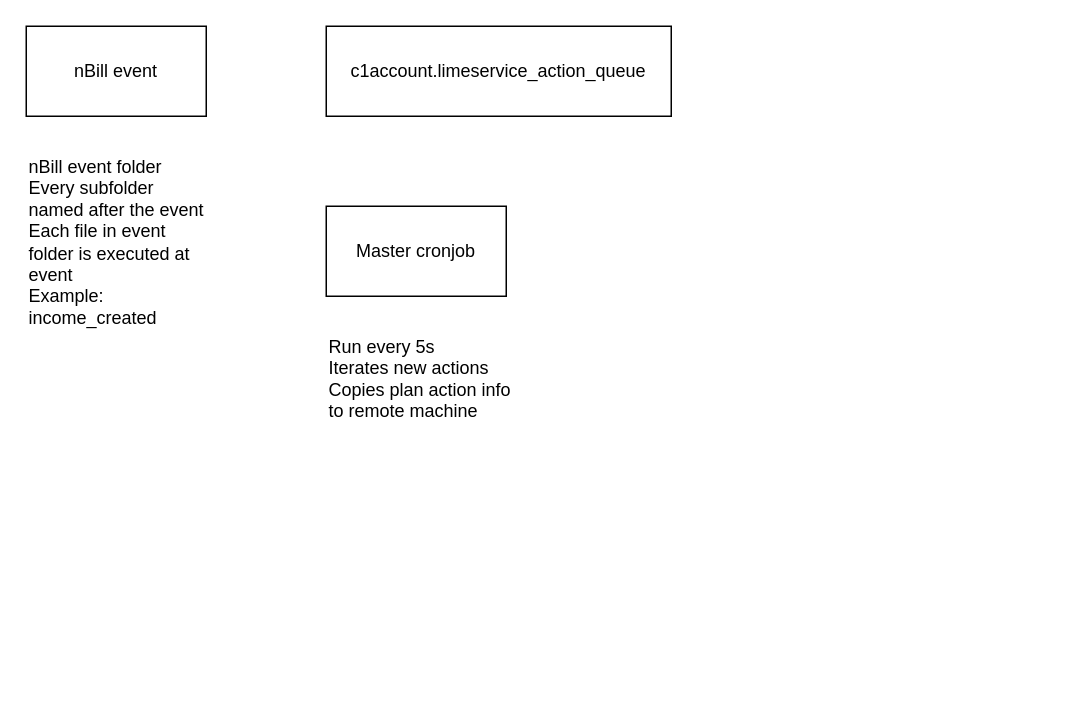
This is Untitled Diagram.drawio from olleharstedt/diagrams.net, a draw.io file, before an edit. Source tidied: cells renumbered, new cells numbered last; positions are measured from the earlier drawing's top-left corner, leaving out a move shared by most shapes. Both pictures are drawn from the tidied source at 150%, with x=0, y=0 at pixel (26, 26).
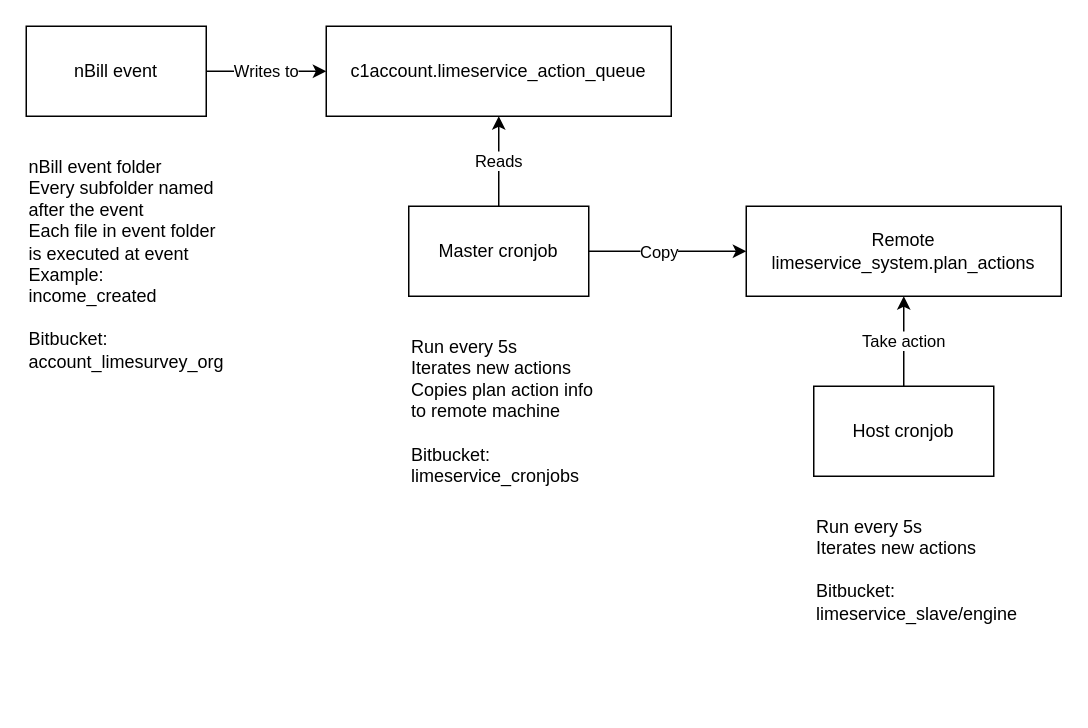
The same diagram, later.

What changed in the source:
```diff
@@
 <mxGraphModel>
   <root>
     <mxCell id="0" />
     <mxCell id="1" parent="0" />
+    <mxCell id="7" value="Writes to" style="edgeStyle=orthogonalEdgeStyle;rounded=0;jettySize=auto;html=1;" parent="1" edge="1" source="2" target="3">
+      <mxGeometry relative="1" as="geometry" />
+    </mxCell>
     <mxCell id="2" value="nBill event" style="rounded=0;whiteSpace=wrap;html=1;" parent="1" vertex="1">
       <mxGeometry width="120" height="60" as="geometry" />
     </mxCell>
     <mxCell id="3" value="c1account.limeservice_action_queue" style="rounded=0;whiteSpace=wrap;html=1;" parent="1" vertex="1">
       <mxGeometry x="200" width="230" height="60" as="geometry" />
     </mxCell>
-    <mxCell id="4" value="&lt;div&gt;nBill event folder&lt;/div&gt;&lt;div&gt;Every subfolder named after the event&lt;/div&gt;&lt;div&gt;Each file in event folder is executed at event&lt;/div&gt;&lt;div&gt;Example: income_created&lt;br&gt;&lt;/div&gt;" style="text;html=1;strokeColor=none;fillColor=none;align=left;verticalAlign=top;whiteSpace=wrap;rounded=0;" parent="1" vertex="1">
+    <mxCell id="4" value="&lt;div&gt;nBill event folder&lt;/div&gt;&lt;div&gt;Every subfolder named after the event&lt;/div&gt;&lt;div&gt;Each file in event folder is executed at event&lt;/div&gt;&lt;div&gt;Example: income_created&lt;br&gt;&lt;br&gt;Bitbucket: account_limesurvey_org&lt;br&gt;&lt;/div&gt;" style="text;html=1;strokeColor=none;fillColor=none;align=left;verticalAlign=top;whiteSpace=wrap;rounded=0;" parent="1" vertex="1">
       <mxGeometry y="80" width="120" height="100" as="geometry" />
     </mxCell>
+    <mxCell id="8" style="edgeStyle=orthogonalEdgeStyle;rounded=0;jettySize=auto;html=1;entryX=0;entryY=0.5;entryDx=0;entryDy=0;" parent="1" edge="1" source="5" target="11">
+      <mxGeometry relative="1" as="geometry" />
+    </mxCell>
+    <mxCell id="9" value="Copy" style="edgeLabel;html=1;align=center;verticalAlign=middle;" parent="8" vertex="1">
+      <mxGeometry x="-0.12" relative="1" as="geometry" />
+    </mxCell>
+    <mxCell id="10" value="Reads" style="edgeStyle=orthogonalEdgeStyle;rounded=0;jettySize=auto;html=1;" parent="1" edge="1" source="5" target="3">
+      <mxGeometry relative="1" as="geometry" />
+    </mxCell>
     <mxCell id="5" value="Master cronjob" style="rounded=0;whiteSpace=wrap;html=1;align=center;verticalAlign=middle;" parent="1" vertex="1">
-      <mxGeometry x="200" y="120" width="120" height="60" as="geometry" />
+      <mxGeometry x="255" y="120" width="120" height="60" as="geometry" />
     </mxCell>
-    <mxCell id="6" value="&lt;div&gt;Run every 5s&lt;/div&gt;&lt;div&gt;Iterates new actions&lt;/div&gt;&lt;div&gt;Copies plan action info to remote machine&lt;br&gt;&lt;/div&gt;" style="text;html=1;strokeColor=none;fillColor=none;align=left;verticalAlign=top;whiteSpace=wrap;rounded=0;" parent="1" vertex="1">
-      <mxGeometry x="200" y="200" width="130" height="100" as="geometry" />
+    <mxCell id="6" value="&lt;div&gt;Run every 5s&lt;/div&gt;&lt;div&gt;Iterates new actions&lt;/div&gt;&lt;div&gt;Copies plan action info to remote machine&lt;br&gt;&lt;/div&gt;&lt;div&gt;&lt;br&gt;&lt;/div&gt;&lt;div&gt;Bitbucket:&lt;br&gt;limeservice_cronjobs&lt;br&gt;&lt;/div&gt;" style="text;html=1;strokeColor=none;fillColor=none;align=left;verticalAlign=top;whiteSpace=wrap;rounded=0;" parent="1" vertex="1">
+      <mxGeometry x="255" y="200" width="130" height="100" as="geometry" />
     </mxCell>
+    <mxCell id="11" value="Remote&lt;br&gt;limeservice_system.plan_actions" style="rounded=0;whiteSpace=wrap;html=1;align=center;verticalAlign=middle;" parent="1" vertex="1">
+      <mxGeometry x="480" y="120" width="210" height="60" as="geometry" />
+    </mxCell>
+    <mxCell id="12" value="Take action" style="edgeStyle=orthogonalEdgeStyle;rounded=0;jettySize=auto;html=1;" parent="1" edge="1" source="13" target="11">
+      <mxGeometry relative="1" as="geometry" />
+    </mxCell>
+    <mxCell id="13" value="Host cronjob" style="rounded=0;whiteSpace=wrap;html=1;align=center;verticalAlign=middle;" parent="1" vertex="1">
+      <mxGeometry x="525" y="240" width="120" height="60" as="geometry" />
+    </mxCell>
+    <mxCell id="14" value="&lt;div&gt;Run every 5s&lt;/div&gt;&lt;div&gt;Iterates new actions&lt;br&gt;&lt;/div&gt;&lt;br&gt;Bitbucket:&lt;br&gt;limeservice_slave/engine" style="text;html=1;strokeColor=none;fillColor=none;align=left;verticalAlign=top;whiteSpace=wrap;rounded=0;" parent="1" vertex="1">
+      <mxGeometry x="525" y="320" width="155" height="130" as="geometry" />
+    </mxCell>
   </root>
 </mxGraphModel>
```
